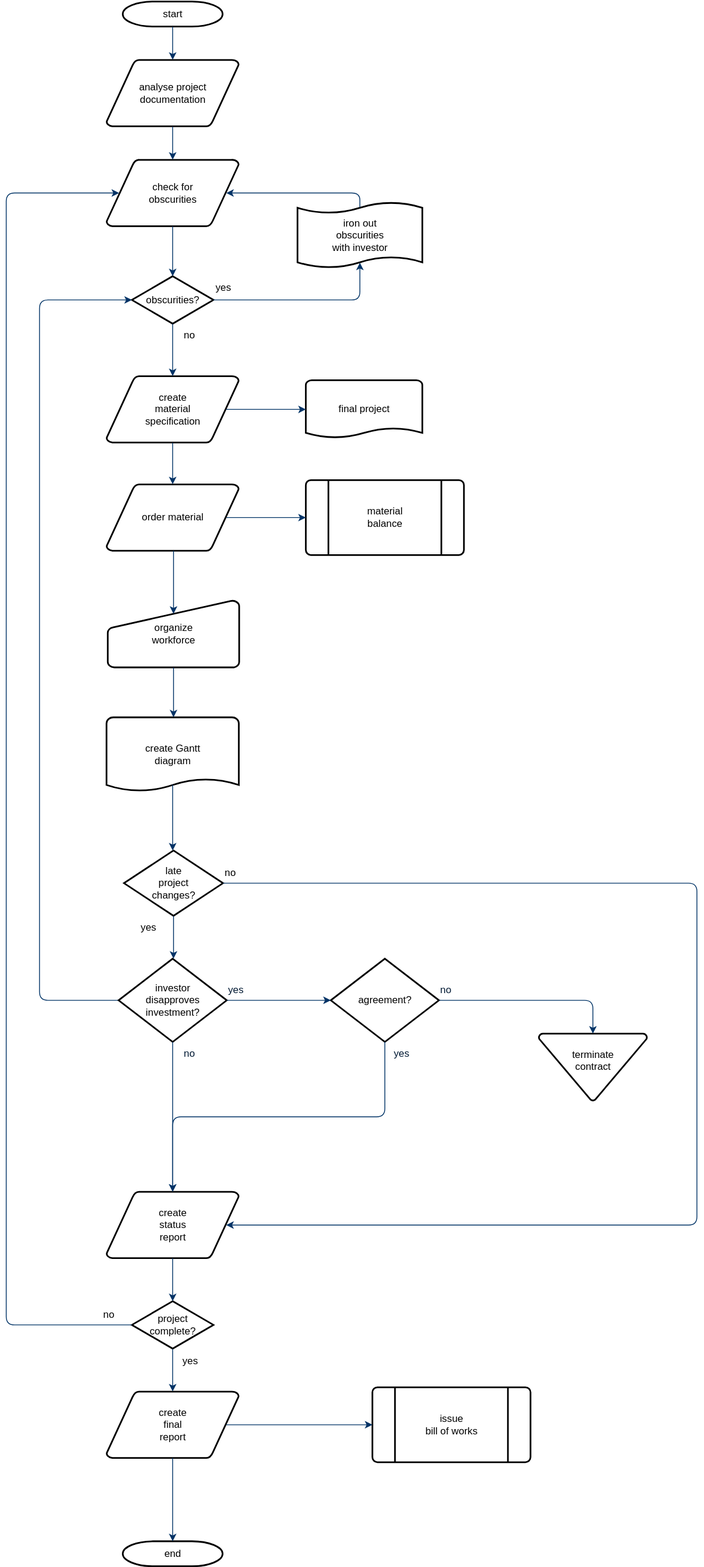
The draw.io diagram 收费系统.drawio.svg in wing-cen/testPage, before a commit. Source tidied: cells renumbered, new cells last; positions are measured from the earlier drawing's top-left corner, leaving out a move shared by most shapes.
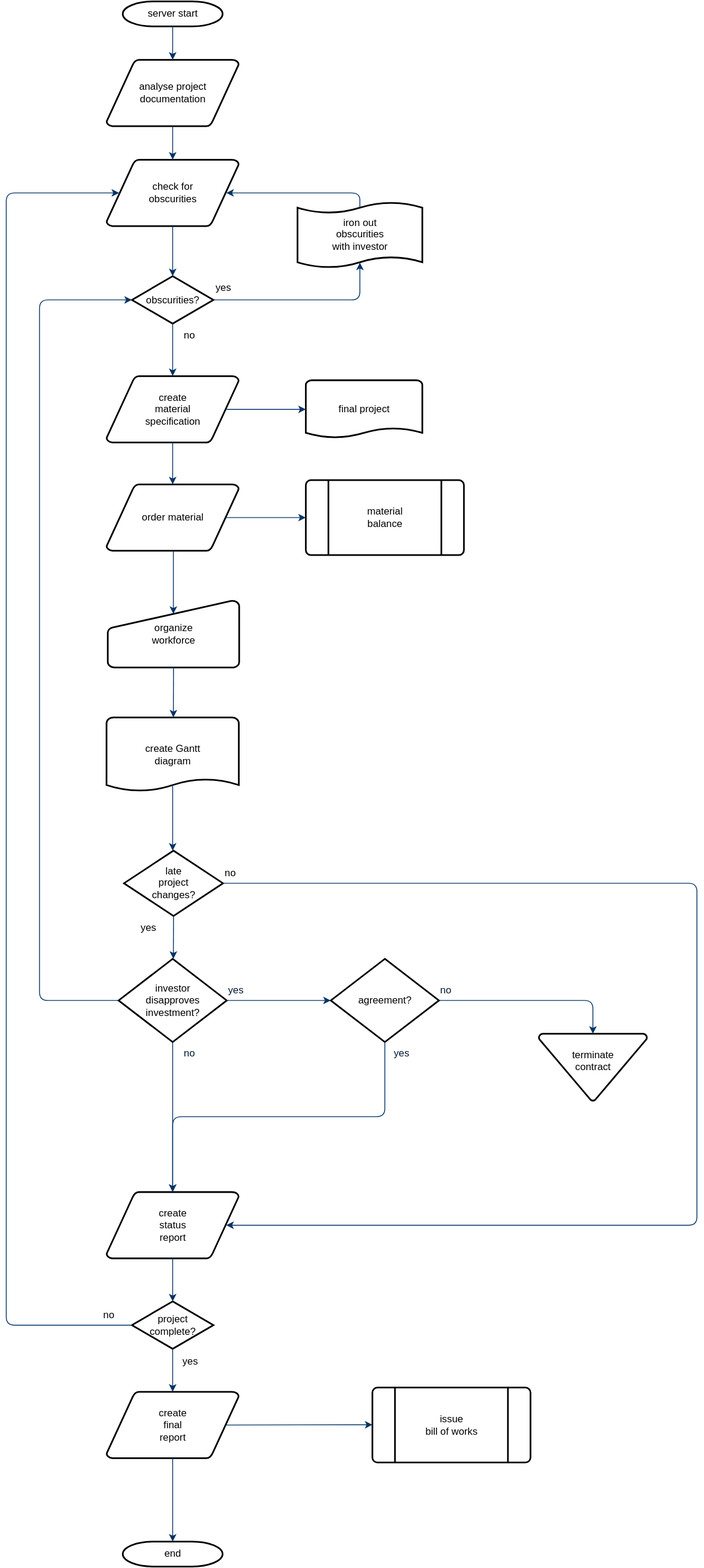
Above is the later version.

Commit message:
更新收费系统.drawio.svg

The edit, as a diff of the source:
```diff
@@ -2,7 +2,7 @@
   <root>
     <mxCell id="0" />
     <mxCell id="1" parent="0" />
-    <mxCell id="2" value="start" style="shape=mxgraph.flowchart.terminator;strokeWidth=2;gradientColor=none;gradientDirection=north;fontStyle=0;html=1;" parent="1" vertex="1">
+    <mxCell id="2" value="server start" style="shape=mxgraph.flowchart.terminator;strokeWidth=2;gradientColor=none;gradientDirection=north;fontStyle=0;html=1;" parent="1" vertex="1">
       <mxGeometry x="140" width="120" height="30" as="geometry" />
     </mxCell>
     <mxCell id="3" value="analyse project&#10; documentation" style="shape=mxgraph.flowchart.data;strokeWidth=2;gradientColor=none;gradientDirection=north;fontStyle=0;html=1;" parent="1" vertex="1">
```
